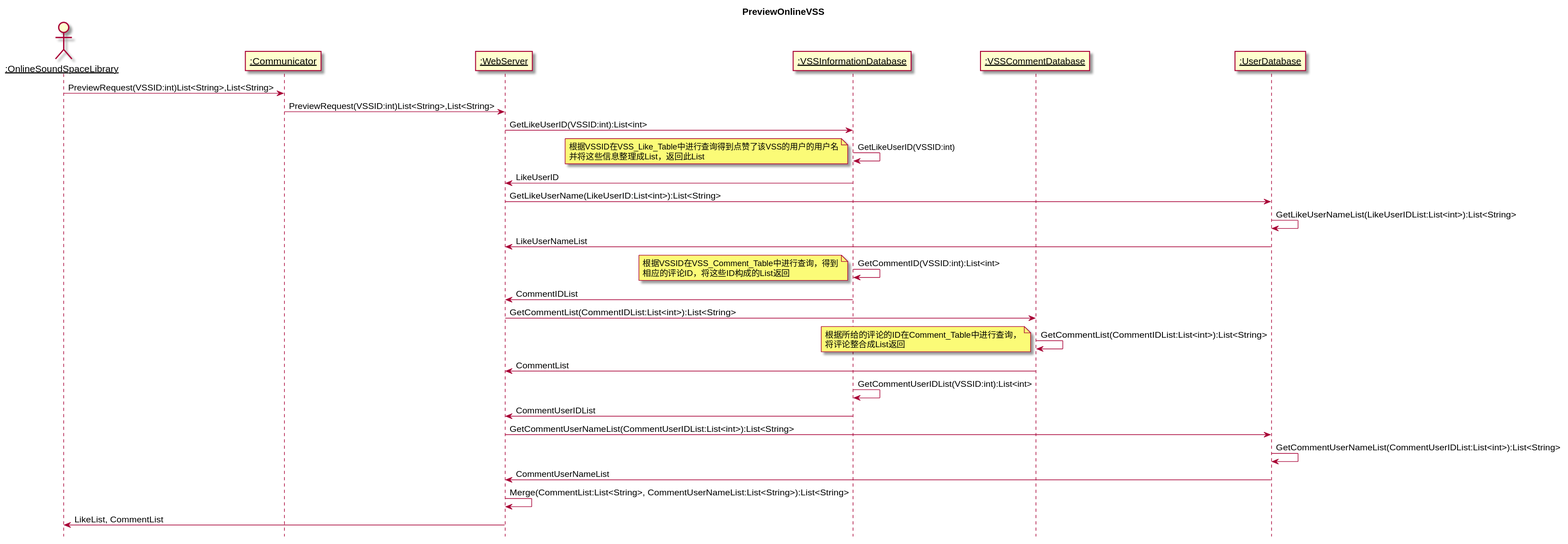
This is 设计/Diagrams/PreviewVSSServerSequenceDiagram.svg from kpp19920121/doc, a PlantUML export, as it was before one commit. The source it was exported from:
```plantuml
@startuml Diagrams/PreviewVSSServerSequenceDiagram
title PreviewOnlineVSS
hide footbox
skinparam sequenceParticipant underline
actor ":OnlineSoundSpaceLibrary" as Client
participant ":Communicator" as Communicator
participant ":WebServer" as WebServer
participant ":VSSInformationDatabase" as VSSInformationDatabase
participant ":VSSCommentDatabase" as VSSCommentDatabase
participant ":UserDatabase" as UserDatabase
Client->Communicator:PreviewRequest(VSSID:int)List<String>,List<String>
Communicator->WebServer:PreviewRequest(VSSID:int)List<String>,List<String>
WebServer->VSSInformationDatabase:GetLikeUserID(VSSID:int):List<int>
VSSInformationDatabase->VSSInformationDatabase:GetLikeUserID(VSSID:int)
note left: 根据VSSID在VSS_Like_Table中进行查询得到点赞了该VSS的用户的用户名\n并将这些信息整理成List，返回此List
VSSInformationDatabase->WebServer:LikeUserID
WebServer->UserDatabase:GetLikeUserName(LikeUserID:List<int>):List<String>
UserDatabase->UserDatabase:GetLikeUserNameList(LikeUserIDList:List<int>):List<String>
UserDatabase->WebServer:LikeUserNameList
VSSInformationDatabase->VSSInformationDatabase:GetCommentID(VSSID:int):List<int>
note left: 根据VSSID在VSS_Comment_Table中进行查询，得到\n相应的评论ID，将这些ID构成的List返回
VSSInformationDatabase->WebServer:CommentIDList
WebServer->VSSCommentDatabase:GetCommentList(CommentIDList:List<int>):List<String>
VSSCommentDatabase->VSSCommentDatabase:GetCommentList(CommentIDList:List<int>):List<String>
note left: 根据所给的评论的ID在Comment_Table中进行查询，\n将评论整合成List返回
VSSCommentDatabase->WebServer:CommentList
VSSInformationDatabase->VSSInformationDatabase:GetCommentUserIDList(VSSID:int):List<int>
VSSInformationDatabase->WebServer:CommentUserIDList
WebServer->UserDatabase:GetCommentUserNameList(CommentUserIDList:List<int>):List<String>
UserDatabase->UserDatabase:GetCommentUserNameList(CommentUserIDList:List<int>):List<String>
UserDatabase->WebServer:CommentUserNameList
WebServer->WebServer:Merge(CommentList:List<String>, CommentUserNameList:List<String>):List<String>
WebServer->Client:LikeList, CommentList
@enduml
```
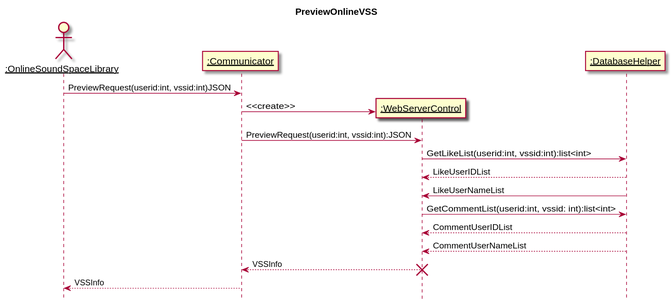
The same file after the commit.

What changed in the source:
```diff
@@ -4,31 +4,20 @@
 skinparam sequenceParticipant underline
 actor ":OnlineSoundSpaceLibrary" as Client
 participant ":Communicator" as Communicator
-participant ":WebServer" as WebServer
-participant ":VSSInformationDatabase" as VSSInformationDatabase
-participant ":VSSCommentDatabase" as VSSCommentDatabase
-participant ":UserDatabase" as UserDatabase
-Client->Communicator:PreviewRequest(VSSID:int)List<String>,List<String>
-Communicator->WebServer:PreviewRequest(VSSID:int)List<String>,List<String>
-WebServer->VSSInformationDatabase:GetLikeUserID(VSSID:int):List<int>
-VSSInformationDatabase->VSSInformationDatabase:GetLikeUserID(VSSID:int)
-note left: 根据VSSID在VSS_Like_Table中进行查询得到点赞了该VSS的用户的用户名\n并将这些信息整理成List，返回此List
-VSSInformationDatabase->WebServer:LikeUserID
-WebServer->UserDatabase:GetLikeUserName(LikeUserID:List<int>):List<String>
-UserDatabase->UserDatabase:GetLikeUserNameList(LikeUserIDList:List<int>):List<String>
-UserDatabase->WebServer:LikeUserNameList
-VSSInformationDatabase->VSSInformationDatabase:GetCommentID(VSSID:int):List<int>
-note left: 根据VSSID在VSS_Comment_Table中进行查询，得到\n相应的评论ID，将这些ID构成的List返回
-VSSInformationDatabase->WebServer:CommentIDList
-WebServer->VSSCommentDatabase:GetCommentList(CommentIDList:List<int>):List<String>
-VSSCommentDatabase->VSSCommentDatabase:GetCommentList(CommentIDList:List<int>):List<String>
-note left: 根据所给的评论的ID在Comment_Table中进行查询，\n将评论整合成List返回
-VSSCommentDatabase->WebServer:CommentList
-VSSInformationDatabase->VSSInformationDatabase:GetCommentUserIDList(VSSID:int):List<int>
-VSSInformationDatabase->WebServer:CommentUserIDList
-WebServer->UserDatabase:GetCommentUserNameList(CommentUserIDList:List<int>):List<String>
-UserDatabase->UserDatabase:GetCommentUserNameList(CommentUserIDList:List<int>):List<String>
-UserDatabase->WebServer:CommentUserNameList
-WebServer->WebServer:Merge(CommentList:List<String>, CommentUserNameList:List<String>):List<String>
-WebServer->Client:LikeList, CommentList
+participant ":WebServerControl" as WebServer
+participant ":DatabaseHelper" as vd
+
+Client->Communicator:PreviewRequest(userid:int, vssid:int)JSON
+create WebServer
+Communicator->WebServer:<<create>>
+Communicator->WebServer:PreviewRequest(userid:int, vssid:int):JSON
+WebServer->vd:GetLikeList(userid:int, vssid:int):list<int>
+vd-->WebServer:LikeUserIDList
+vd->WebServer:LikeUserNameList
+WebServer->vd:GetCommentList(userid:int, vssid: int):list<int>
+vd-->WebServer:CommentUserIDList
+vd-->WebServer:CommentUserNameList
+WebServer-->Communicator:VSSInfo
+destroy WebServer
+Communicator-->Client:VSSInfo
 @enduml
```
